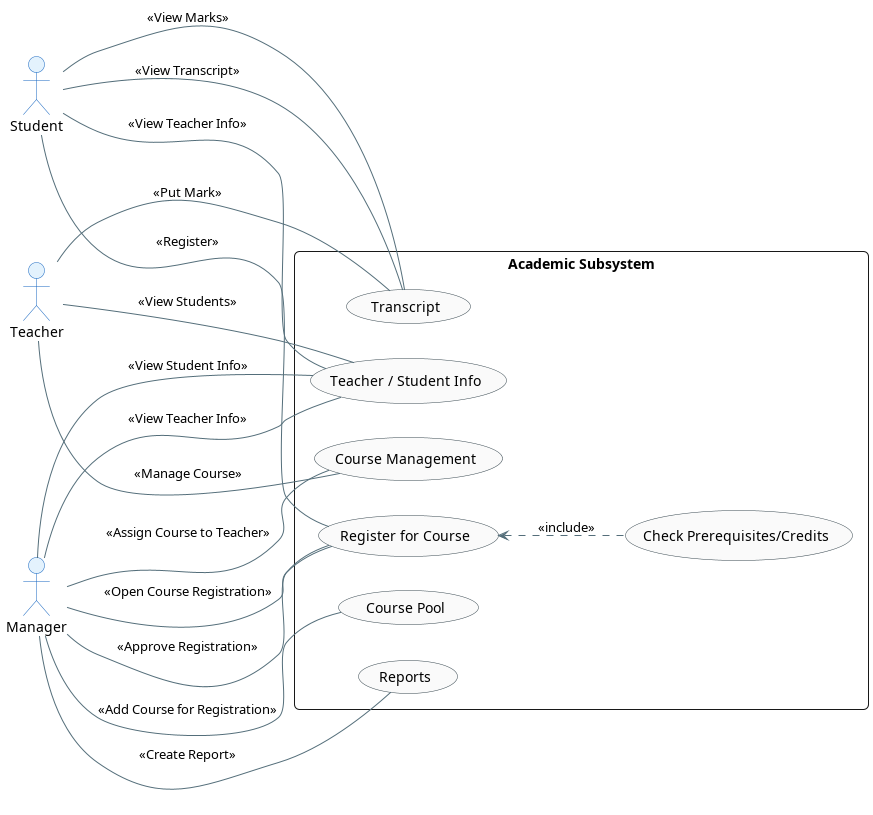
ofeerist/uni-crm-oop keeps this PlantUML diagram as out/PartA/useCaseDiagrams/academicManagement/academicManagement.png. Above is the earlier version.
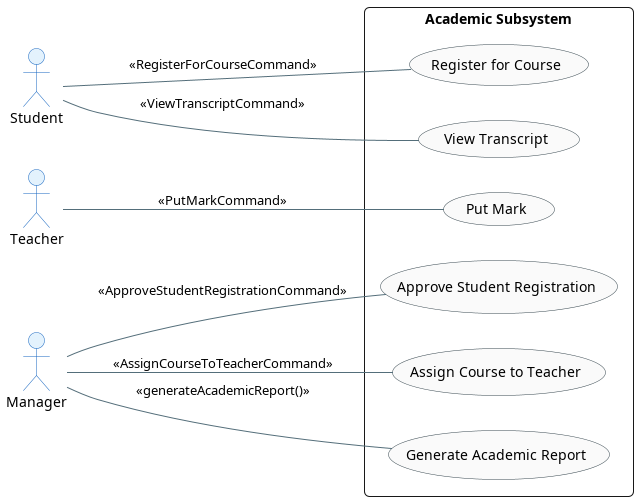
The same diagram one commit later.

What changed in the source:
```diff
@@ -23,29 +23,19 @@
 
 rectangle "Academic Subsystem" {
     usecase "Register for Course" as Register
-    usecase "Check Prerequisites/Credits" as CheckCredits
-    usecase "Transcript" as Transcript
-    usecase "Course Management" as CourseMgmt
-    usecase "Course Pool" as CoursePool
-    usecase "Teacher / Student Info" as Info
-    usecase "Reports" as Reports
+    usecase "Approve Student Registration" as ApproveReg
+    usecase "Put Mark" as PutMark
+    usecase "View Transcript" as ViewTranscript
+    usecase "Assign Course to Teacher" as AssignCourse
+    usecase "Generate Academic Report" as GenerateReport
 
-    M -- Register : <<Open Course Registration>>
-    M -- Register : <<Approve Registration>>
-    M -- CoursePool : <<Add Course for Registration>>
-    M -- CourseMgmt : <<Assign Course to Teacher>>
-    M -- Reports : <<Create Report>>
-    M -- Info : <<View Student Info>>
-    M -- Info : <<View Teacher Info>>
+    M -- ApproveReg : <<ApproveStudentRegistrationCommand>>
+    M -- AssignCourse : <<AssignCourseToTeacherCommand>>
+    M -- GenerateReport : <<generateAcademicReport()>>
 
-    S -- Register : <<Register>>
-    Register <.. CheckCredits : <<include>>
-    S -- Transcript : <<View Transcript>>
-    S -- Transcript : <<View Marks>>
-    S -- Info : <<View Teacher Info>>
+    S -- Register : <<RegisterForCourseCommand>>
+    S -- ViewTranscript : <<ViewTranscriptCommand>>
 
-    T -- Transcript : <<Put Mark>>
-    T -- CourseMgmt : <<Manage Course>>
-    T -- Info : <<View Students>>
+    T -- PutMark : <<PutMarkCommand>>
 }
 @enduml
```
